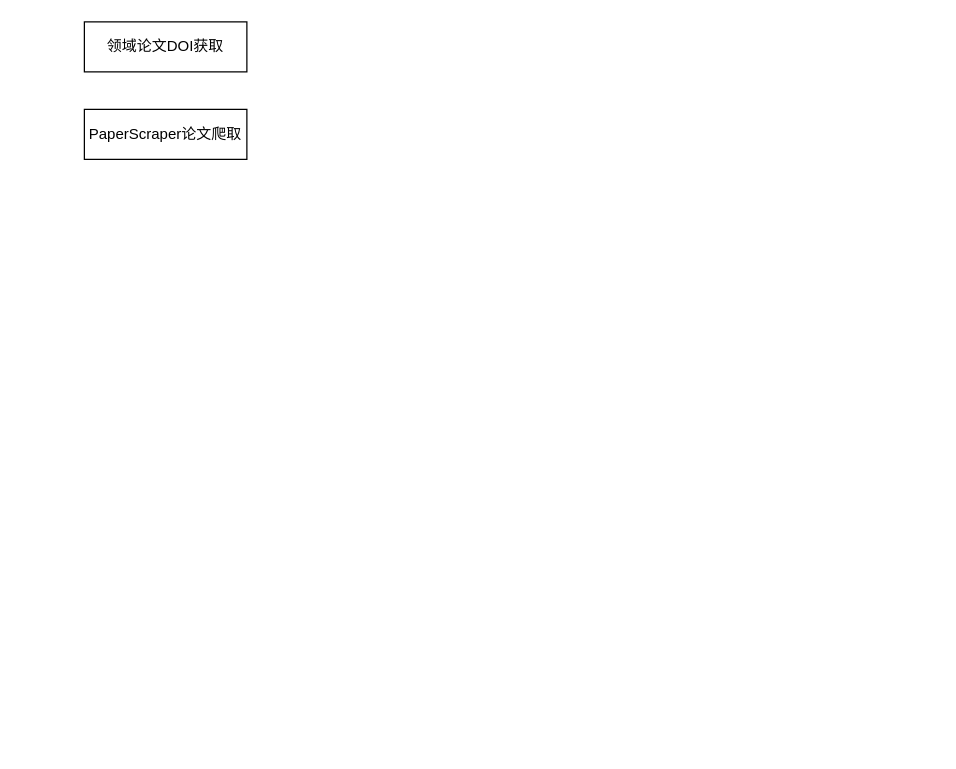
The draw.io diagram 未命名绘图.drawio in MpLebron/DrawRepo, before the edit. Source tidied: cells renumbered, new cells numbered last; positions are measured from the earlier drawing's top-left corner, leaving out a move shared by most shapes. Both pictures are drawn from the tidied source at 125%, with x=0, y=0 at pixel (84, 21).
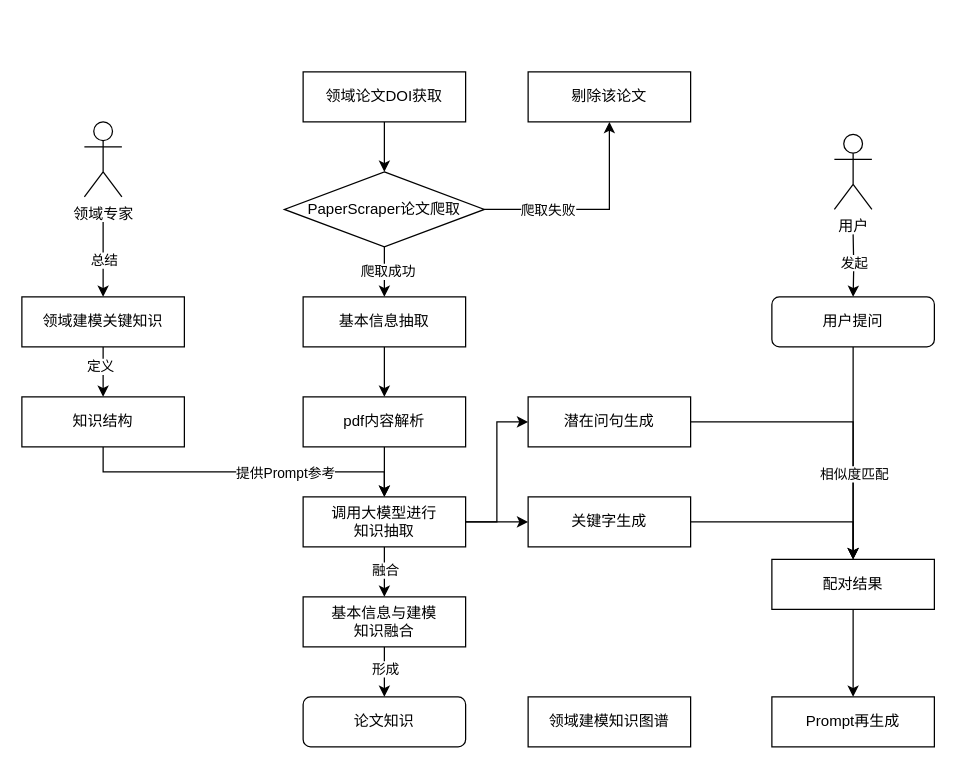
The same diagram, later.

Commit message:
未命名绘图.drawio

What changed in the source:
```diff
@@
+    <mxCell id="4" style="edgeStyle=orthogonalEdgeStyle;rounded=0;jettySize=auto;html=1;exitX=0.5;exitY=1;exitDx=0;exitDy=0;entryX=0.5;entryY=0;entryDx=0;entryDy=0;" parent="1" edge="1" source="2" target="3">
+      <mxGeometry relative="1" as="geometry" />
+    </mxCell>
     <mxCell id="2" value="领域论文DOI获取" style="rounded=0;whiteSpace=wrap;html=1;" parent="1" vertex="1">
-      <mxGeometry width="130" height="40" as="geometry" />
+      <mxGeometry x="175" y="40" width="130" height="40" as="geometry" />
     </mxCell>
+    <mxCell id="5" style="edgeStyle=orthogonalEdgeStyle;rounded=0;jettySize=auto;html=1;exitX=0.5;exitY=1;exitDx=0;exitDy=0;entryX=0.5;entryY=0;entryDx=0;entryDy=0;" parent="1" edge="1" source="3" target="10">
+      <mxGeometry relative="1" as="geometry" />
+    </mxCell>
+    <mxCell id="6" value="爬取成功" style="edgeLabel;html=1;align=center;verticalAlign=middle;" parent="5" vertex="1">
+      <mxGeometry x="-0.05" y="2" relative="1" as="geometry" />
+    </mxCell>
+    <mxCell id="7" style="edgeStyle=orthogonalEdgeStyle;rounded=0;jettySize=auto;html=1;exitX=1;exitY=0.5;exitDx=0;exitDy=0;entryX=0.5;entryY=1;entryDx=0;entryDy=0;" parent="1" edge="1" source="3" target="13">
+      <mxGeometry relative="1" as="geometry" />
+    </mxCell>
+    <mxCell id="8" value="爬取失败" style="edgeLabel;html=1;align=center;verticalAlign=middle;" parent="7" vertex="1">
+      <mxGeometry x="-0.43" y="-3" relative="1" as="geometry">
+        <mxPoint x="2" y="-3" as="offset" />
+      </mxGeometry>
+    </mxCell>
-    <mxCell id="3" value="PaperScraper论文爬取" style="rounded=0;whiteSpace=wrap;html=1;" parent="1" vertex="1">
-      <mxGeometry y="70" width="130" height="40" as="geometry" />
+    <mxCell id="3" value="PaperScraper论文爬取" style="rhombus;whiteSpace=wrap;html=1;" parent="1" vertex="1">
+      <mxGeometry x="160" y="120" width="160" height="60" as="geometry" />
     </mxCell>
+    <mxCell id="9" style="edgeStyle=orthogonalEdgeStyle;rounded=0;jettySize=auto;html=1;exitX=0.5;exitY=1;exitDx=0;exitDy=0;entryX=0.5;entryY=0;entryDx=0;entryDy=0;" parent="1" edge="1" source="10" target="12">
+      <mxGeometry relative="1" as="geometry" />
+    </mxCell>
+    <mxCell id="10" value="基本信息抽取" style="rounded=0;whiteSpace=wrap;html=1;" parent="1" vertex="1">
+      <mxGeometry x="175" y="220" width="130" height="40" as="geometry" />
+    </mxCell>
+    <mxCell id="11" style="edgeStyle=orthogonalEdgeStyle;rounded=0;jettySize=auto;html=1;exitX=0.5;exitY=1;exitDx=0;exitDy=0;entryX=0.5;entryY=0;entryDx=0;entryDy=0;" parent="1" edge="1" source="12" target="18">
+      <mxGeometry relative="1" as="geometry" />
+    </mxCell>
+    <mxCell id="12" value="pdf内容解析" style="rounded=0;whiteSpace=wrap;html=1;" parent="1" vertex="1">
+      <mxGeometry x="175" y="300" width="130" height="40" as="geometry" />
+    </mxCell>
+    <mxCell id="13" value="剔除该论文" style="rounded=0;whiteSpace=wrap;html=1;" parent="1" vertex="1">
+      <mxGeometry x="355" y="40" width="130" height="40" as="geometry" />
+    </mxCell>
+    <mxCell id="14" style="edgeStyle=orthogonalEdgeStyle;rounded=0;jettySize=auto;html=1;exitX=0.5;exitY=1;exitDx=0;exitDy=0;entryX=0.5;entryY=0;entryDx=0;entryDy=0;" parent="1" edge="1" source="18" target="21">
+      <mxGeometry relative="1" as="geometry" />
+    </mxCell>
+    <mxCell id="15" value="融合" style="edgeLabel;html=1;align=center;verticalAlign=middle;" parent="14" vertex="1">
+      <mxGeometry x="-0.08" y="-2" relative="1" as="geometry">
+        <mxPoint x="2" as="offset" />
+      </mxGeometry>
+    </mxCell>
+    <mxCell id="16" style="edgeStyle=orthogonalEdgeStyle;rounded=0;jettySize=auto;html=1;entryX=0;entryY=0.5;entryDx=0;entryDy=0;" parent="1" edge="1" source="18" target="36">
+      <mxGeometry relative="1" as="geometry">
+        <Array as="points">
+          <mxPoint x="330" y="400" />
+          <mxPoint x="330" y="320" />
+        </Array>
+      </mxGeometry>
+    </mxCell>
+    <mxCell id="17" style="edgeStyle=orthogonalEdgeStyle;rounded=0;jettySize=auto;html=1;exitX=1;exitY=0.5;exitDx=0;exitDy=0;entryX=0;entryY=0.5;entryDx=0;entryDy=0;" parent="1" edge="1" source="18" target="34">
+      <mxGeometry relative="1" as="geometry" />
+    </mxCell>
+    <mxCell id="18" value="调用大模型进行&lt;br&gt;知识抽取" style="rounded=0;whiteSpace=wrap;html=1;" parent="1" vertex="1">
+      <mxGeometry x="175" y="380" width="130" height="40" as="geometry" />
+    </mxCell>
+    <mxCell id="19" style="edgeStyle=orthogonalEdgeStyle;rounded=0;jettySize=auto;html=1;exitX=0.5;exitY=1;exitDx=0;exitDy=0;entryX=0.5;entryY=0;entryDx=0;entryDy=0;" parent="1" edge="1" source="21" target="30">
+      <mxGeometry relative="1" as="geometry" />
+    </mxCell>
+    <mxCell id="20" value="形成" style="edgeLabel;html=1;align=center;verticalAlign=middle;" parent="19" vertex="1">
+      <mxGeometry x="-0.13" y="-1" relative="1" as="geometry">
+        <mxPoint x="1" as="offset" />
+      </mxGeometry>
+    </mxCell>
+    <mxCell id="21" value="基本信息与建模&lt;br&gt;知识融合" style="rounded=0;whiteSpace=wrap;html=1;" parent="1" vertex="1">
+      <mxGeometry x="175" y="460" width="130" height="40" as="geometry" />
+    </mxCell>
+    <mxCell id="22" style="edgeStyle=orthogonalEdgeStyle;rounded=0;jettySize=auto;html=1;entryX=0.5;entryY=0;entryDx=0;entryDy=0;" parent="1" edge="1" target="26">
+      <mxGeometry relative="1" as="geometry">
+        <mxPoint x="15" y="160" as="sourcePoint" />
+        <Array as="points">
+          <mxPoint x="15" y="210" />
+          <mxPoint x="15" y="210" />
+        </Array>
+      </mxGeometry>
+    </mxCell>
+    <mxCell id="23" value="总结" style="edgeLabel;html=1;align=center;verticalAlign=middle;" parent="22" vertex="1">
+      <mxGeometry x="0.42" y="4" relative="1" as="geometry">
+        <mxPoint x="-4" y="-13" as="offset" />
+      </mxGeometry>
+    </mxCell>
+    <mxCell id="24" style="edgeStyle=orthogonalEdgeStyle;rounded=0;jettySize=auto;html=1;exitX=0.5;exitY=1;exitDx=0;exitDy=0;entryX=0.5;entryY=0;entryDx=0;entryDy=0;" parent="1" edge="1" source="26" target="29">
+      <mxGeometry relative="1" as="geometry" />
+    </mxCell>
+    <mxCell id="25" value="定义" style="edgeLabel;html=1;align=center;verticalAlign=middle;" parent="24" vertex="1">
+      <mxGeometry x="-0.23" y="-3" relative="1" as="geometry" />
+    </mxCell>
+    <mxCell id="26" value="领域建模关键知识" style="rounded=0;whiteSpace=wrap;html=1;" parent="1" vertex="1">
+      <mxGeometry x="-50" y="220" width="130" height="40" as="geometry" />
+    </mxCell>
+    <mxCell id="27" style="edgeStyle=orthogonalEdgeStyle;rounded=0;jettySize=auto;html=1;exitX=0.5;exitY=1;exitDx=0;exitDy=0;entryX=0.5;entryY=0;entryDx=0;entryDy=0;" parent="1" edge="1" source="29" target="18">
+      <mxGeometry relative="1" as="geometry" />
+    </mxCell>
+    <mxCell id="28" value="提供Prompt参考" style="edgeLabel;html=1;align=center;verticalAlign=middle;" parent="27" vertex="1">
+      <mxGeometry x="0.31" y="2" relative="1" as="geometry">
+        <mxPoint x="-9" y="2" as="offset" />
+      </mxGeometry>
+    </mxCell>
+    <mxCell id="29" value="知识结构" style="rounded=0;whiteSpace=wrap;html=1;" parent="1" vertex="1">
+      <mxGeometry x="-50" y="300" width="130" height="40" as="geometry" />
+    </mxCell>
+    <mxCell id="30" value="论文知识" style="rounded=1;whiteSpace=wrap;html=1;" parent="1" vertex="1">
+      <mxGeometry x="175" y="540" width="130" height="40" as="geometry" />
+    </mxCell>
+    <mxCell id="31" value="领域专家" style="shape=umlActor;verticalLabelPosition=bottom;verticalAlign=top;html=1;" parent="1" vertex="1">
+      <mxGeometry y="80" width="30" height="60" as="geometry" />
+    </mxCell>
+    <mxCell id="32" value="领域建模知识图谱" style="rounded=0;whiteSpace=wrap;html=1;" parent="1" vertex="1">
+      <mxGeometry x="355" y="540" width="130" height="40" as="geometry" />
+    </mxCell>
+    <mxCell id="33" style="edgeStyle=orthogonalEdgeStyle;rounded=0;jettySize=auto;html=1;exitX=1;exitY=0.5;exitDx=0;exitDy=0;entryX=0.5;entryY=0;entryDx=0;entryDy=0;" parent="1" edge="1" source="34" target="44">
+      <mxGeometry relative="1" as="geometry" />
+    </mxCell>
+    <mxCell id="34" value="关键字生成" style="rounded=0;whiteSpace=wrap;html=1;" parent="1" vertex="1">
+      <mxGeometry x="355" y="380" width="130" height="40" as="geometry" />
+    </mxCell>
+    <mxCell id="35" style="edgeStyle=orthogonalEdgeStyle;rounded=0;jettySize=auto;html=1;exitX=1;exitY=0.5;exitDx=0;exitDy=0;entryX=0.5;entryY=0;entryDx=0;entryDy=0;" parent="1" edge="1" source="36" target="44">
+      <mxGeometry relative="1" as="geometry" />
+    </mxCell>
+    <mxCell id="36" value="潜在问句生成" style="rounded=0;whiteSpace=wrap;html=1;" parent="1" vertex="1">
+      <mxGeometry x="355" y="300" width="130" height="40" as="geometry" />
+    </mxCell>
+    <mxCell id="37" style="edgeStyle=orthogonalEdgeStyle;rounded=0;jettySize=auto;html=1;" parent="1" edge="1" target="42">
+      <mxGeometry relative="1" as="geometry">
+        <mxPoint x="615" y="170" as="sourcePoint" />
+      </mxGeometry>
+    </mxCell>
+    <mxCell id="38" value="发起" style="edgeLabel;html=1;align=center;verticalAlign=middle;" parent="37" vertex="1">
+      <mxGeometry x="-0.08" y="3" relative="1" as="geometry">
+        <mxPoint x="-3" as="offset" />
+      </mxGeometry>
+    </mxCell>
+    <mxCell id="39" value="用户" style="shape=umlActor;verticalLabelPosition=bottom;verticalAlign=top;html=1;" parent="1" vertex="1">
+      <mxGeometry x="600" y="90" width="30" height="60" as="geometry" />
+    </mxCell>
+    <mxCell id="40" style="edgeStyle=orthogonalEdgeStyle;rounded=0;jettySize=auto;html=1;exitX=0.5;exitY=1;exitDx=0;exitDy=0;entryX=0.5;entryY=0;entryDx=0;entryDy=0;" parent="1" edge="1" source="42" target="44">
+      <mxGeometry relative="1" as="geometry" />
+    </mxCell>
+    <mxCell id="41" value="相似度匹配" style="edgeLabel;html=1;align=center;verticalAlign=middle;" parent="40" vertex="1">
+      <mxGeometry x="0.19" relative="1" as="geometry" />
+    </mxCell>
+    <mxCell id="42" value="用户提问" style="rounded=1;whiteSpace=wrap;html=1;" parent="1" vertex="1">
+      <mxGeometry x="550" y="220" width="130" height="40" as="geometry" />
+    </mxCell>
+    <mxCell id="43" style="edgeStyle=orthogonalEdgeStyle;rounded=0;jettySize=auto;html=1;exitX=0.5;exitY=1;exitDx=0;exitDy=0;" parent="1" edge="1" source="44" target="45">
+      <mxGeometry relative="1" as="geometry" />
+    </mxCell>
+    <mxCell id="44" value="配对结果" style="rounded=0;whiteSpace=wrap;html=1;" parent="1" vertex="1">
+      <mxGeometry x="550" y="430" width="130" height="40" as="geometry" />
+    </mxCell>
+    <mxCell id="45" value="Prompt再生成" style="rounded=0;whiteSpace=wrap;html=1;" parent="1" vertex="1">
+      <mxGeometry x="550" y="540" width="130" height="40" as="geometry" />
+    </mxCell>
```
